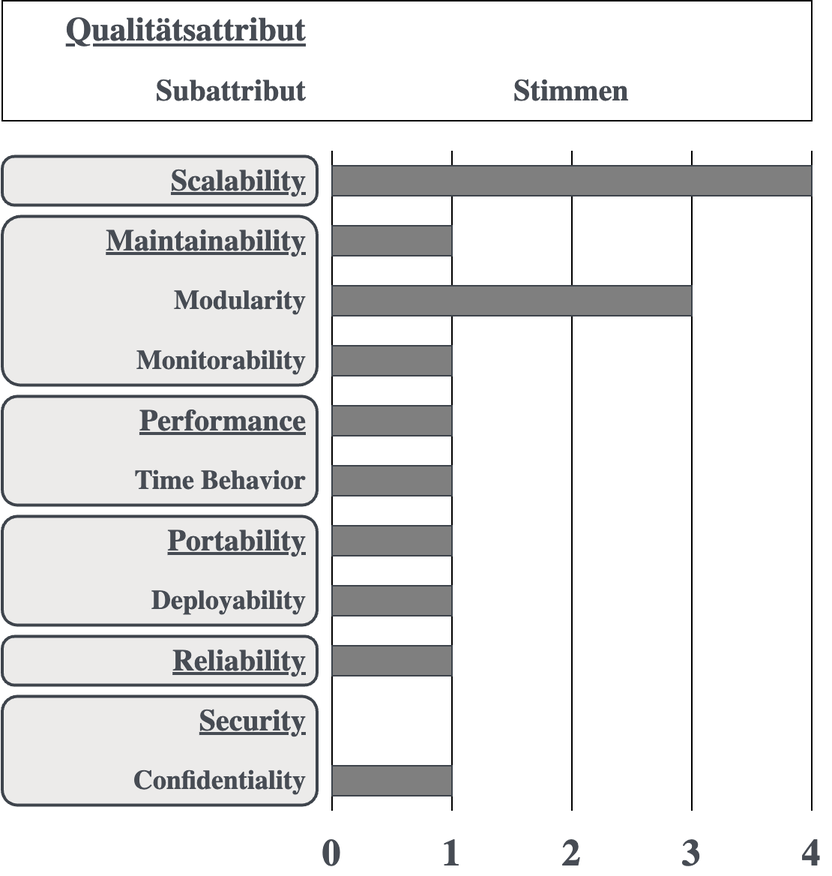
Above: graphics/qas-priority.drawio.png in axherrm/bachelorarbeit (draw.io), before the change. Source tidied: cells renumbered, new cells last; positions are measured from the earlier drawing's top-left corner, leaving out a move shared by most shapes.
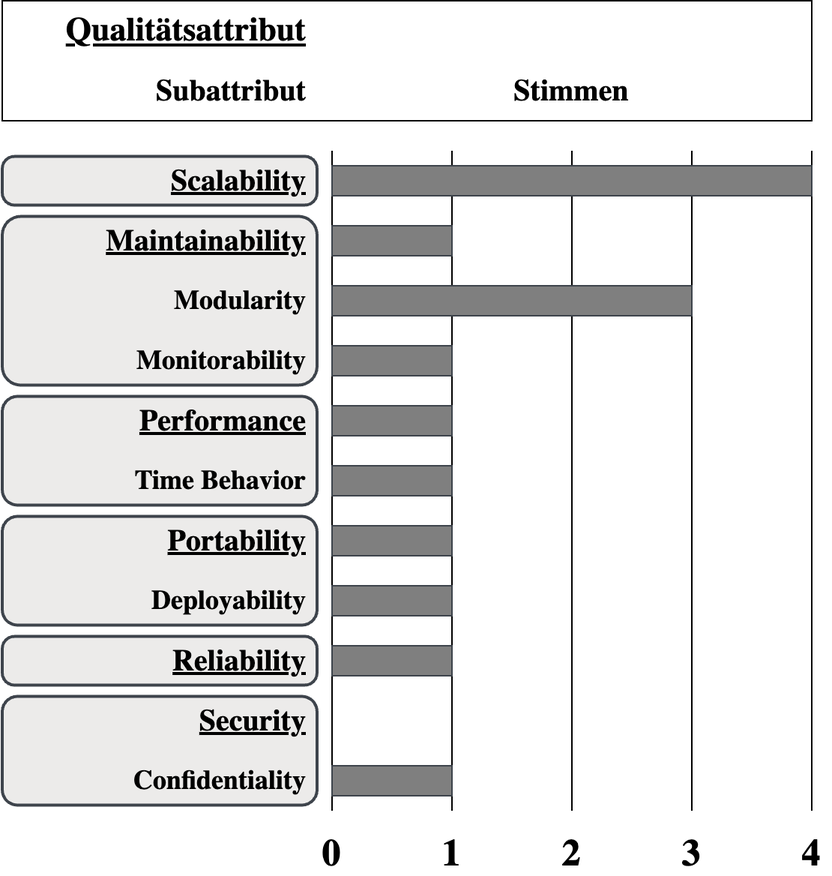
After the change.

The edit, as a diff of the source:
```diff
@@ -53,13 +53,13 @@
         <mxPoint x="540" y="100" as="targetPoint" />
       </mxGeometry>
     </mxCell>
-    <mxCell id="14" value="Monitorability" style="text;html=1;strokeColor=none;fillColor=none;align=right;verticalAlign=middle;whiteSpace=wrap;rounded=0;fontStyle=1;fontSize=18;fontColor=#474C54;fontFamily=TeX Gyre Termes;" parent="1" vertex="1">
+    <mxCell id="14" value="Monitorability" style="text;html=1;strokeColor=none;fillColor=none;align=right;verticalAlign=middle;whiteSpace=wrap;rounded=0;fontStyle=1;fontSize=18;fontColor=#000000;fontFamily=TeX Gyre Termes;" parent="1" vertex="1">
       <mxGeometry x="10" y="225" width="195" height="30" as="geometry" />
     </mxCell>
-    <mxCell id="15" value="Time Behavior" style="text;html=1;strokeColor=none;fillColor=none;align=right;verticalAlign=middle;whiteSpace=wrap;rounded=0;fontStyle=1;fontSize=18;fontColor=#474C54;fontFamily=TeX Gyre Termes;" parent="1" vertex="1">
+    <mxCell id="15" value="Time Behavior" style="text;html=1;strokeColor=none;fillColor=none;align=right;verticalAlign=middle;whiteSpace=wrap;rounded=0;fontStyle=1;fontSize=18;fontColor=#000000;fontFamily=TeX Gyre Termes;" parent="1" vertex="1">
       <mxGeometry x="10" y="305" width="195" height="30" as="geometry" />
     </mxCell>
-    <mxCell id="16" value="Deployability" style="text;html=1;strokeColor=none;fillColor=none;align=right;verticalAlign=middle;whiteSpace=wrap;rounded=0;fontStyle=1;fontSize=18;fontColor=#474C54;fontFamily=TeX Gyre Termes;" parent="1" vertex="1">
+    <mxCell id="16" value="Deployability" style="text;html=1;strokeColor=none;fillColor=none;align=right;verticalAlign=middle;whiteSpace=wrap;rounded=0;fontStyle=1;fontSize=18;fontColor=#000000;fontFamily=TeX Gyre Termes;" parent="1" vertex="1">
       <mxGeometry x="10" y="385" width="195" height="30" as="geometry" />
     </mxCell>
     <mxCell id="17" style="rounded=0;whiteSpace=wrap;html=1;fillColor=#7F7F7F;strokeColor=#3E444C;fontFamily=TeX Gyre Termes;" parent="1" vertex="1">
@@ -86,43 +86,43 @@
     <mxCell id="24" style="rounded=0;whiteSpace=wrap;html=1;fillColor=#7F7F7F;strokeColor=#3E444C;fontFamily=TeX Gyre Termes;" parent="1" vertex="1">
       <mxGeometry x="220" y="510" width="80" height="20" as="geometry" />
     </mxCell>
-    <mxCell id="25" value="Confidentiality" style="text;html=1;strokeColor=none;fillColor=none;align=right;verticalAlign=middle;whiteSpace=wrap;rounded=0;fontStyle=1;fontSize=18;fontColor=#474C54;fontFamily=TeX Gyre Termes;" parent="1" vertex="1">
+    <mxCell id="25" value="Confidentiality" style="text;html=1;strokeColor=none;fillColor=none;align=right;verticalAlign=middle;whiteSpace=wrap;rounded=0;fontStyle=1;fontSize=18;fontColor=#000000;fontFamily=TeX Gyre Termes;" parent="1" vertex="1">
       <mxGeometry x="10" y="505" width="195" height="30" as="geometry" />
     </mxCell>
-    <mxCell id="26" value="0" style="text;html=1;strokeColor=none;fillColor=none;align=center;verticalAlign=middle;whiteSpace=wrap;rounded=0;fontStyle=1;fontSize=25;fontColor=#474C54;fontFamily=TeX Gyre Termes;" parent="1" vertex="1">
+    <mxCell id="26" value="0" style="text;html=1;strokeColor=none;fillColor=none;align=center;verticalAlign=middle;whiteSpace=wrap;rounded=0;fontStyle=1;fontSize=25;fontColor=#000000;fontFamily=TeX Gyre Termes;" parent="1" vertex="1">
       <mxGeometry x="206" y="553" width="27.5" height="30" as="geometry" />
     </mxCell>
-    <mxCell id="27" value="1" style="text;html=1;strokeColor=none;fillColor=none;align=center;verticalAlign=middle;whiteSpace=wrap;rounded=0;fontStyle=1;fontSize=25;fontColor=#474C54;fontFamily=TeX Gyre Termes;" parent="1" vertex="1">
+    <mxCell id="27" value="1" style="text;html=1;strokeColor=none;fillColor=none;align=center;verticalAlign=middle;whiteSpace=wrap;rounded=0;fontStyle=1;fontSize=25;fontColor=#000000;fontFamily=TeX Gyre Termes;" parent="1" vertex="1">
       <mxGeometry x="286.2" y="553" width="27.5" height="30" as="geometry" />
     </mxCell>
-    <mxCell id="28" value="2" style="text;html=1;strokeColor=none;fillColor=none;align=center;verticalAlign=middle;whiteSpace=wrap;rounded=0;fontStyle=1;fontSize=25;fontColor=#474C54;fontFamily=TeX Gyre Termes;" parent="1" vertex="1">
+    <mxCell id="28" value="2" style="text;html=1;strokeColor=none;fillColor=none;align=center;verticalAlign=middle;whiteSpace=wrap;rounded=0;fontStyle=1;fontSize=25;fontColor=#000000;fontFamily=TeX Gyre Termes;" parent="1" vertex="1">
       <mxGeometry x="366.2" y="553" width="27.5" height="30" as="geometry" />
     </mxCell>
-    <mxCell id="29" value="3" style="text;html=1;strokeColor=none;fillColor=none;align=center;verticalAlign=middle;whiteSpace=wrap;rounded=0;fontStyle=1;fontSize=25;fontColor=#474C54;fontFamily=TeX Gyre Termes;" parent="1" vertex="1">
+    <mxCell id="29" value="3" style="text;html=1;strokeColor=none;fillColor=none;align=center;verticalAlign=middle;whiteSpace=wrap;rounded=0;fontStyle=1;fontSize=25;fontColor=#000000;fontFamily=TeX Gyre Termes;" parent="1" vertex="1">
       <mxGeometry x="446" y="553" width="27.5" height="30" as="geometry" />
     </mxCell>
-    <mxCell id="30" value="4" style="text;html=1;strokeColor=none;fillColor=none;align=center;verticalAlign=middle;whiteSpace=wrap;rounded=0;fontStyle=1;fontSize=25;fontColor=#474C54;fontFamily=TeX Gyre Termes;" parent="1" vertex="1">
+    <mxCell id="30" value="4" style="text;html=1;strokeColor=none;fillColor=none;align=center;verticalAlign=middle;whiteSpace=wrap;rounded=0;fontStyle=1;fontSize=25;fontColor=#000000;fontFamily=TeX Gyre Termes;" parent="1" vertex="1">
       <mxGeometry x="526" y="553" width="27.5" height="30" as="geometry" />
     </mxCell>
-    <mxCell id="31" value="&lt;span style=&quot;border-color: var(--border-color); font-size: 20px; font-style: normal; font-variant-ligatures: normal; font-variant-caps: normal; letter-spacing: normal; orphans: 2; text-indent: 0px; text-transform: none; widows: 2; word-spacing: 0px; -webkit-text-stroke-width: 0px;&quot;&gt;&lt;span style=&quot;font-size: 20px;&quot;&gt;Maintainability&lt;/span&gt;&lt;/span&gt;" style="text;html=1;strokeColor=none;fillColor=none;align=right;verticalAlign=middle;whiteSpace=wrap;rounded=0;labelBackgroundColor=none;fontStyle=5;fontSize=20;fontColor=#474C54;fontFamily=TeX Gyre Termes;" parent="1" vertex="1">
+    <mxCell id="31" value="&lt;span style=&quot;border-color: var(--border-color); font-size: 20px; font-style: normal; font-variant-ligatures: normal; font-variant-caps: normal; letter-spacing: normal; orphans: 2; text-indent: 0px; text-transform: none; widows: 2; word-spacing: 0px; -webkit-text-stroke-width: 0px;&quot;&gt;&lt;span style=&quot;font-size: 20px;&quot;&gt;Maintainability&lt;/span&gt;&lt;/span&gt;" style="text;html=1;strokeColor=none;fillColor=none;align=right;verticalAlign=middle;whiteSpace=wrap;rounded=0;labelBackgroundColor=none;fontStyle=5;fontSize=20;fontColor=#000000;fontFamily=TeX Gyre Termes;" parent="1" vertex="1">
       <mxGeometry x="10" y="145" width="195" height="30" as="geometry" />
     </mxCell>
-    <mxCell id="32" value="&lt;span style=&quot;border-color: var(--border-color); font-size: 20px; font-style: normal; font-variant-ligatures: normal; font-variant-caps: normal; letter-spacing: normal; orphans: 2; text-indent: 0px; text-transform: none; widows: 2; word-spacing: 0px; -webkit-text-stroke-width: 0px;&quot;&gt;Scalability&lt;/span&gt;" style="text;html=1;strokeColor=none;fillColor=none;align=right;verticalAlign=middle;whiteSpace=wrap;rounded=0;labelBackgroundColor=none;fontStyle=5;fontSize=20;fontColor=#474C54;fontFamily=TeX Gyre Termes;" parent="1" vertex="1">
+    <mxCell id="32" value="&lt;span style=&quot;border-color: var(--border-color); font-size: 20px; font-style: normal; font-variant-ligatures: normal; font-variant-caps: normal; letter-spacing: normal; orphans: 2; text-indent: 0px; text-transform: none; widows: 2; word-spacing: 0px; -webkit-text-stroke-width: 0px;&quot;&gt;Scalability&lt;/span&gt;" style="text;html=1;strokeColor=none;fillColor=none;align=right;verticalAlign=middle;whiteSpace=wrap;rounded=0;labelBackgroundColor=none;fontStyle=5;fontSize=20;fontColor=#000000;fontFamily=TeX Gyre Termes;" parent="1" vertex="1">
       <mxGeometry x="10" y="105" width="195" height="30" as="geometry" />
     </mxCell>
-    <mxCell id="33" value="&lt;span style=&quot;border-color: var(--border-color); font-size: 20px; font-variant-ligatures: normal; font-variant-caps: normal; letter-spacing: normal; orphans: 2; text-indent: 0px; text-transform: none; widows: 2; word-spacing: 0px; -webkit-text-stroke-width: 0px;&quot;&gt;Performance&lt;/span&gt;" style="text;html=1;strokeColor=none;fillColor=none;align=right;verticalAlign=middle;whiteSpace=wrap;rounded=0;labelBackgroundColor=none;fontStyle=5;fontSize=20;fontColor=#474C54;fontFamily=TeX Gyre Termes;" parent="1" vertex="1">
+    <mxCell id="33" value="&lt;span style=&quot;border-color: var(--border-color); font-size: 20px; font-variant-ligatures: normal; font-variant-caps: normal; letter-spacing: normal; orphans: 2; text-indent: 0px; text-transform: none; widows: 2; word-spacing: 0px; -webkit-text-stroke-width: 0px;&quot;&gt;Performance&lt;/span&gt;" style="text;html=1;strokeColor=none;fillColor=none;align=right;verticalAlign=middle;whiteSpace=wrap;rounded=0;labelBackgroundColor=none;fontStyle=5;fontSize=20;fontColor=#000000;fontFamily=TeX Gyre Termes;" parent="1" vertex="1">
       <mxGeometry x="10" y="265" width="195" height="30" as="geometry" />
     </mxCell>
-    <mxCell id="34" value="&lt;span style=&quot;border-color: var(--border-color); font-size: 20px; font-style: normal; font-variant-ligatures: normal; font-variant-caps: normal; letter-spacing: normal; orphans: 2; text-indent: 0px; text-transform: none; widows: 2; word-spacing: 0px; -webkit-text-stroke-width: 0px;&quot;&gt;Portability&lt;/span&gt;" style="text;html=1;strokeColor=none;fillColor=none;align=right;verticalAlign=middle;whiteSpace=wrap;rounded=0;labelBackgroundColor=none;fontStyle=5;fontSize=20;fontColor=#474C54;fontFamily=TeX Gyre Termes;" parent="1" vertex="1">
+    <mxCell id="34" value="&lt;span style=&quot;border-color: var(--border-color); font-size: 20px; font-style: normal; font-variant-ligatures: normal; font-variant-caps: normal; letter-spacing: normal; orphans: 2; text-indent: 0px; text-transform: none; widows: 2; word-spacing: 0px; -webkit-text-stroke-width: 0px;&quot;&gt;Portability&lt;/span&gt;" style="text;html=1;strokeColor=none;fillColor=none;align=right;verticalAlign=middle;whiteSpace=wrap;rounded=0;labelBackgroundColor=none;fontStyle=5;fontSize=20;fontColor=#000000;fontFamily=TeX Gyre Termes;" parent="1" vertex="1">
       <mxGeometry x="10" y="345" width="195" height="30" as="geometry" />
     </mxCell>
-    <mxCell id="35" value="&lt;font style=&quot;font-size: 20px;&quot;&gt;&lt;span style=&quot;font-size: 20px;&quot;&gt;&lt;span style=&quot;font-size: 20px;&quot;&gt;Reliability&lt;/span&gt;&lt;/span&gt;&lt;/font&gt;" style="text;html=1;strokeColor=none;fillColor=none;align=right;verticalAlign=middle;whiteSpace=wrap;rounded=0;labelBackgroundColor=none;fontStyle=5;fontSize=20;fontColor=#474C54;fontFamily=TeX Gyre Termes;" parent="1" vertex="1">
+    <mxCell id="35" value="&lt;font style=&quot;font-size: 20px;&quot;&gt;&lt;span style=&quot;font-size: 20px;&quot;&gt;&lt;span style=&quot;font-size: 20px;&quot;&gt;Reliability&lt;/span&gt;&lt;/span&gt;&lt;/font&gt;" style="text;html=1;strokeColor=none;fillColor=none;align=right;verticalAlign=middle;whiteSpace=wrap;rounded=0;labelBackgroundColor=none;fontStyle=5;fontSize=20;fontColor=#000000;fontFamily=TeX Gyre Termes;" parent="1" vertex="1">
       <mxGeometry x="10" y="425" width="195" height="30" as="geometry" />
     </mxCell>
-    <mxCell id="36" value="&lt;font style=&quot;font-size: 20px;&quot;&gt;&lt;span style=&quot;font-size: 20px;&quot;&gt;&lt;span style=&quot;font-size: 20px;&quot;&gt;Security&lt;/span&gt;&lt;/span&gt;&lt;/font&gt;" style="text;html=1;strokeColor=none;fillColor=none;align=right;verticalAlign=middle;whiteSpace=wrap;rounded=0;labelBackgroundColor=none;fontStyle=5;fontSize=20;fontColor=#474C54;labelBorderColor=none;fontFamily=TeX Gyre Termes;" parent="1" vertex="1">
+    <mxCell id="36" value="&lt;font style=&quot;font-size: 20px;&quot;&gt;&lt;span style=&quot;font-size: 20px;&quot;&gt;&lt;span style=&quot;font-size: 20px;&quot;&gt;Security&lt;/span&gt;&lt;/span&gt;&lt;/font&gt;" style="text;html=1;strokeColor=none;fillColor=none;align=right;verticalAlign=middle;whiteSpace=wrap;rounded=0;labelBackgroundColor=none;fontStyle=5;fontSize=20;fontColor=#000000;labelBorderColor=none;fontFamily=TeX Gyre Termes;" parent="1" vertex="1">
       <mxGeometry x="10" y="465" width="195" height="30" as="geometry" />
     </mxCell>
-    <mxCell id="37" value="Modularity" style="text;html=1;strokeColor=none;fillColor=none;align=right;verticalAlign=middle;whiteSpace=wrap;rounded=0;fontStyle=1;fontSize=18;fontColor=#474C54;fontFamily=TeX Gyre Termes;" parent="1" vertex="1">
+    <mxCell id="37" value="Modularity" style="text;html=1;strokeColor=none;fillColor=none;align=right;verticalAlign=middle;whiteSpace=wrap;rounded=0;fontStyle=1;fontSize=18;fontColor=#000000;fontFamily=TeX Gyre Termes;" parent="1" vertex="1">
       <mxGeometry x="10" y="185" width="195" height="30" as="geometry" />
     </mxCell>
     <mxCell id="38" style="rounded=0;whiteSpace=wrap;html=1;fillColor=#7F7F7F;strokeColor=#3E444C;fontFamily=TeX Gyre Termes;" parent="1" vertex="1">
@@ -131,13 +131,13 @@
     <mxCell id="39" style="rounded=0;whiteSpace=wrap;html=1;fillColor=#7F7F7F;strokeColor=#3E444C;fontFamily=TeX Gyre Termes;" parent="1" vertex="1">
       <mxGeometry x="220" y="150" width="80" height="20" as="geometry" />
     </mxCell>
-    <mxCell id="40" value="Qualitätsattribut" style="text;html=1;strokeColor=none;fillColor=none;align=right;verticalAlign=middle;whiteSpace=wrap;rounded=0;fontSize=22;fontStyle=5;fontColor=#474c54;fontFamily=TeX Gyre Termes;" parent="1" vertex="1">
+    <mxCell id="40" value="Qualitätsattribut" style="text;html=1;strokeColor=none;fillColor=none;align=right;verticalAlign=middle;whiteSpace=wrap;rounded=0;fontSize=22;fontStyle=5;fontColor=#000000;fontFamily=TeX Gyre Termes;" parent="1" vertex="1">
       <mxGeometry x="10" width="195" height="40" as="geometry" />
     </mxCell>
-    <mxCell id="41" value="Subattribut" style="text;html=1;strokeColor=none;fillColor=none;align=right;verticalAlign=middle;whiteSpace=wrap;rounded=0;fontSize=20;fontStyle=1;fontColor=#474C54;fontFamily=TeX Gyre Termes;" parent="1" vertex="1">
+    <mxCell id="41" value="Subattribut" style="text;html=1;strokeColor=none;fillColor=none;align=right;verticalAlign=middle;whiteSpace=wrap;rounded=0;fontSize=20;fontStyle=1;fontColor=#000000;fontFamily=TeX Gyre Termes;" parent="1" vertex="1">
       <mxGeometry x="10" y="40" width="195" height="40" as="geometry" />
     </mxCell>
-    <mxCell id="42" value="&lt;font color=&quot;#474c54&quot;&gt;Stimmen&lt;/font&gt;" style="text;html=1;strokeColor=none;fillColor=none;align=center;verticalAlign=middle;whiteSpace=wrap;rounded=0;fontSize=20;fontStyle=1;fontColor=#7f7f7f;fontFamily=TeX Gyre Termes;" parent="1" vertex="1">
+    <mxCell id="42" value="&lt;font&gt;Stimmen&lt;/font&gt;" style="text;html=1;strokeColor=none;fillColor=none;align=center;verticalAlign=middle;whiteSpace=wrap;rounded=0;fontSize=20;fontStyle=1;fontColor=#000000;fontFamily=TeX Gyre Termes;" parent="1" vertex="1">
       <mxGeometry x="220" y="40" width="320" height="40" as="geometry" />
     </mxCell>
   </root>
```
